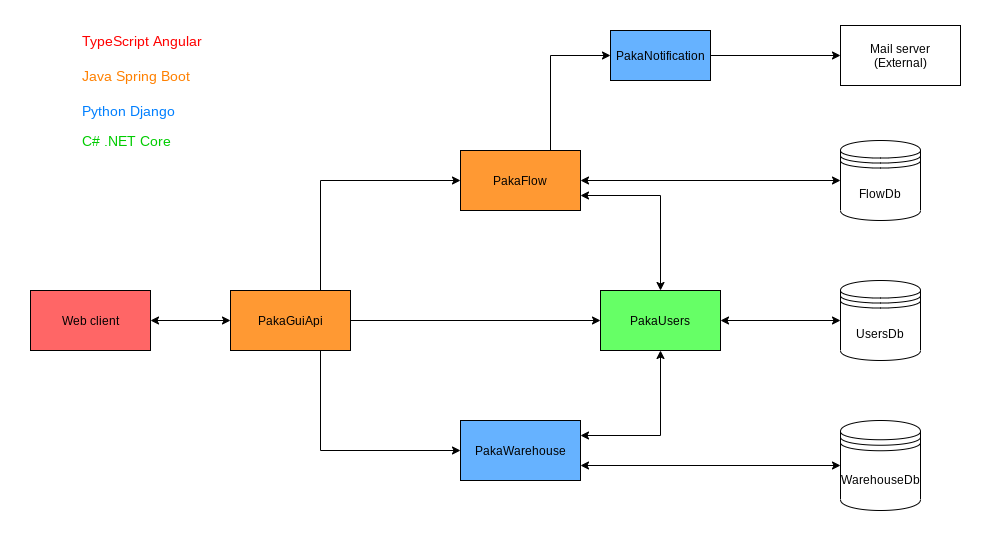
Earlier version of the draw.io export wiki images/arch.png (IUI-januszex/documentation). Source tidied: cells renumbered, new cells last; positions are measured from the earlier drawing's top-left corner, leaving out a move shared by most shapes. Source of this version:
```xml
<mxGraphModel>
  <root>
    <mxCell id="0" />
    <mxCell id="1" parent="0" />
    <mxCell id="2" style="rounded=0;whiteSpace=wrap;html=1;strokeColor=none;fillColor=#FFFFFF;" parent="1" vertex="1">
      <mxGeometry width="990" height="540" as="geometry" />
    </mxCell>
    <mxCell id="3" value="FlowDb" style="shape=datastore;whiteSpace=wrap;html=1;" parent="1" vertex="1">
      <mxGeometry x="840" y="140" width="80" height="80" as="geometry" />
    </mxCell>
    <mxCell id="4" value="UsersDb" style="shape=datastore;whiteSpace=wrap;html=1;" parent="1" vertex="1">
      <mxGeometry x="840" y="280" width="80" height="80" as="geometry" />
    </mxCell>
    <mxCell id="5" value="WarehouseDb" style="shape=datastore;whiteSpace=wrap;html=1;" parent="1" vertex="1">
      <mxGeometry x="840" y="420" width="80" height="90" as="geometry" />
    </mxCell>
    <mxCell id="6" style="edgeStyle=orthogonalEdgeStyle;rounded=0;jettySize=auto;html=1;exitX=0.75;exitY=0;exitDx=0;exitDy=0;entryX=0;entryY=0.5;entryDx=0;entryDy=0;startArrow=none;startFill=0;" parent="1" edge="1" source="9" target="15">
      <mxGeometry relative="1" as="geometry" />
    </mxCell>
    <mxCell id="7" style="edgeStyle=orthogonalEdgeStyle;rounded=0;jettySize=auto;html=1;exitX=0.75;exitY=1;exitDx=0;exitDy=0;entryX=0;entryY=0.5;entryDx=0;entryDy=0;startArrow=none;startFill=0;" parent="1" edge="1" source="9" target="20">
      <mxGeometry relative="1" as="geometry" />
    </mxCell>
    <mxCell id="8" style="edgeStyle=orthogonalEdgeStyle;rounded=0;jettySize=auto;html=1;exitX=1;exitY=0.5;exitDx=0;exitDy=0;entryX=0;entryY=0.5;entryDx=0;entryDy=0;startArrow=none;startFill=0;" parent="1" edge="1" source="9" target="17">
      <mxGeometry relative="1" as="geometry" />
    </mxCell>
    <mxCell id="9" value="PakaGuiApi" style="rounded=0;whiteSpace=wrap;html=1;fillColor=#FF9933;" parent="1" vertex="1">
      <mxGeometry x="230" y="290" width="120" height="60" as="geometry" />
    </mxCell>
    <mxCell id="10" value="Web client" style="rounded=0;whiteSpace=wrap;html=1;fillColor=#FF6666;" parent="1" vertex="1">
      <mxGeometry x="30" y="290" width="120" height="60" as="geometry" />
    </mxCell>
    <mxCell id="11" style="endArrow=classic;startArrow=classic;html=1;entryX=0;entryY=0.5;entryDx=0;entryDy=0;" parent="1" edge="1" source="10" target="9">
      <mxGeometry relative="1" as="geometry" />
    </mxCell>
    <mxCell id="12" style="edgeStyle=orthogonalEdgeStyle;rounded=0;jettySize=auto;html=1;exitX=1;exitY=0.75;exitDx=0;exitDy=0;entryX=0.5;entryY=0;entryDx=0;entryDy=0;startArrow=classic;startFill=1;" parent="1" edge="1" source="15" target="17">
      <mxGeometry relative="1" as="geometry" />
    </mxCell>
    <mxCell id="13" style="edgeStyle=orthogonalEdgeStyle;rounded=0;jettySize=auto;html=1;exitX=1;exitY=0.5;exitDx=0;exitDy=0;entryX=0;entryY=0.5;entryDx=0;entryDy=0;startArrow=classic;startFill=1;" parent="1" edge="1" source="15" target="3">
      <mxGeometry relative="1" as="geometry" />
    </mxCell>
    <mxCell id="14" style="edgeStyle=orthogonalEdgeStyle;rounded=0;jettySize=auto;html=1;exitX=0.75;exitY=0;exitDx=0;exitDy=0;entryX=0;entryY=0.5;entryDx=0;entryDy=0;startArrow=none;startFill=0;" parent="1" edge="1" source="15" target="22">
      <mxGeometry relative="1" as="geometry" />
    </mxCell>
    <mxCell id="15" value="PakaFlow" style="rounded=0;whiteSpace=wrap;html=1;fillColor=#FF9933;" parent="1" vertex="1">
      <mxGeometry x="460" y="150" width="120" height="60" as="geometry" />
    </mxCell>
    <mxCell id="16" style="edgeStyle=orthogonalEdgeStyle;rounded=0;jettySize=auto;html=1;exitX=1;exitY=0.5;exitDx=0;exitDy=0;entryX=0;entryY=0.5;entryDx=0;entryDy=0;startArrow=classic;startFill=1;" parent="1" edge="1" source="17" target="4">
      <mxGeometry relative="1" as="geometry" />
    </mxCell>
    <mxCell id="17" value="PakaUsers" style="rounded=0;whiteSpace=wrap;html=1;fillColor=#66FF66;" parent="1" vertex="1">
      <mxGeometry x="600" y="290" width="120" height="60" as="geometry" />
    </mxCell>
    <mxCell id="18" style="edgeStyle=orthogonalEdgeStyle;rounded=0;jettySize=auto;html=1;exitX=1;exitY=0.25;exitDx=0;exitDy=0;entryX=0.5;entryY=1;entryDx=0;entryDy=0;startArrow=classic;startFill=1;" parent="1" edge="1" source="20" target="17">
      <mxGeometry relative="1" as="geometry" />
    </mxCell>
    <mxCell id="19" style="edgeStyle=orthogonalEdgeStyle;rounded=0;jettySize=auto;html=1;exitX=1;exitY=0.75;exitDx=0;exitDy=0;entryX=0;entryY=0.5;entryDx=0;entryDy=0;startArrow=classic;startFill=1;" parent="1" edge="1" source="20" target="5">
      <mxGeometry relative="1" as="geometry" />
    </mxCell>
    <mxCell id="20" value="PakaWarehouse" style="rounded=0;whiteSpace=wrap;html=1;fillColor=#66B2FF;" parent="1" vertex="1">
      <mxGeometry x="460" y="420" width="120" height="60" as="geometry" />
    </mxCell>
    <mxCell id="21" style="edgeStyle=orthogonalEdgeStyle;rounded=0;jettySize=auto;html=1;entryX=0;entryY=0.5;entryDx=0;entryDy=0;startArrow=none;startFill=0;" parent="1" edge="1" source="22" target="23">
      <mxGeometry relative="1" as="geometry" />
    </mxCell>
    <mxCell id="22" value="PakaNotification" style="html=1;dashed=0;whitespace=wrap;fillColor=#66B2FF;" parent="1" vertex="1">
      <mxGeometry x="610" y="30" width="100" height="50" as="geometry" />
    </mxCell>
    <mxCell id="23" value="Mail server&lt;br&gt;(External)" style="rounded=0;whiteSpace=wrap;html=1;" parent="1" vertex="1">
      <mxGeometry x="840" y="25" width="120" height="60" as="geometry" />
    </mxCell>
    <mxCell id="24" value="&lt;font style=&quot;font-size: 14px&quot;&gt;TypeScript Angular&lt;/font&gt;" style="text;html=1;strokeColor=none;fillColor=none;align=left;verticalAlign=middle;whiteSpace=wrap;rounded=0;fontColor=#FF0000;" parent="1" vertex="1">
      <mxGeometry x="80" y="30" width="130" height="20" as="geometry" />
    </mxCell>
    <mxCell id="25" value="&lt;font style=&quot;font-size: 14px&quot;&gt;Java Spring Boot&lt;/font&gt;" style="text;html=1;strokeColor=none;fillColor=none;align=left;verticalAlign=middle;whiteSpace=wrap;rounded=0;fontColor=#FF8000;" parent="1" vertex="1">
      <mxGeometry x="80" y="65" width="120" height="20" as="geometry" />
    </mxCell>
    <mxCell id="26" value="&lt;font style=&quot;font-size: 14px&quot;&gt;Python Django&lt;/font&gt;" style="text;html=1;strokeColor=none;fillColor=none;align=left;verticalAlign=middle;whiteSpace=wrap;rounded=0;fontColor=#007FFF;" parent="1" vertex="1">
      <mxGeometry x="80" y="100" width="140" height="20" as="geometry" />
    </mxCell>
    <mxCell id="27" value="&lt;font style=&quot;font-size: 14px&quot;&gt;C# .NET Core&lt;/font&gt;" style="text;html=1;strokeColor=none;fillColor=none;align=left;verticalAlign=middle;whiteSpace=wrap;rounded=0;fontColor=#00CC00;" parent="1" vertex="1">
      <mxGeometry x="80" y="130" width="100" height="20" as="geometry" />
    </mxCell>
  </root>
</mxGraphModel>
```
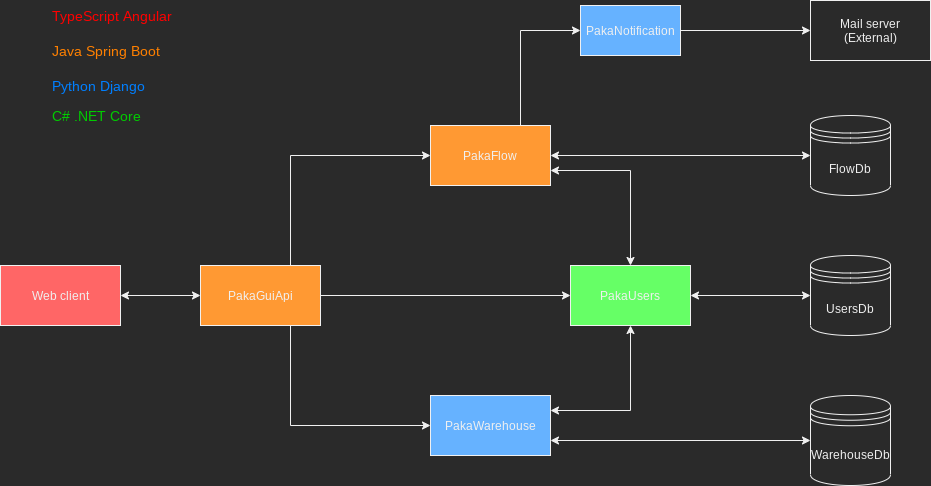
After the change.

Commit message:
dark mode diagram

Diff of the diagram source:
```diff
@@ -2,9 +2,6 @@
   <root>
     <mxCell id="0" />
     <mxCell id="1" parent="0" />
-    <mxCell id="2" style="rounded=0;whiteSpace=wrap;html=1;strokeColor=none;fillColor=#FFFFFF;" parent="1" vertex="1">
-      <mxGeometry width="990" height="540" as="geometry" />
-    </mxCell>
     <mxCell id="3" value="FlowDb" style="shape=datastore;whiteSpace=wrap;html=1;" parent="1" vertex="1">
       <mxGeometry x="840" y="140" width="80" height="80" as="geometry" />
     </mxCell>
```
